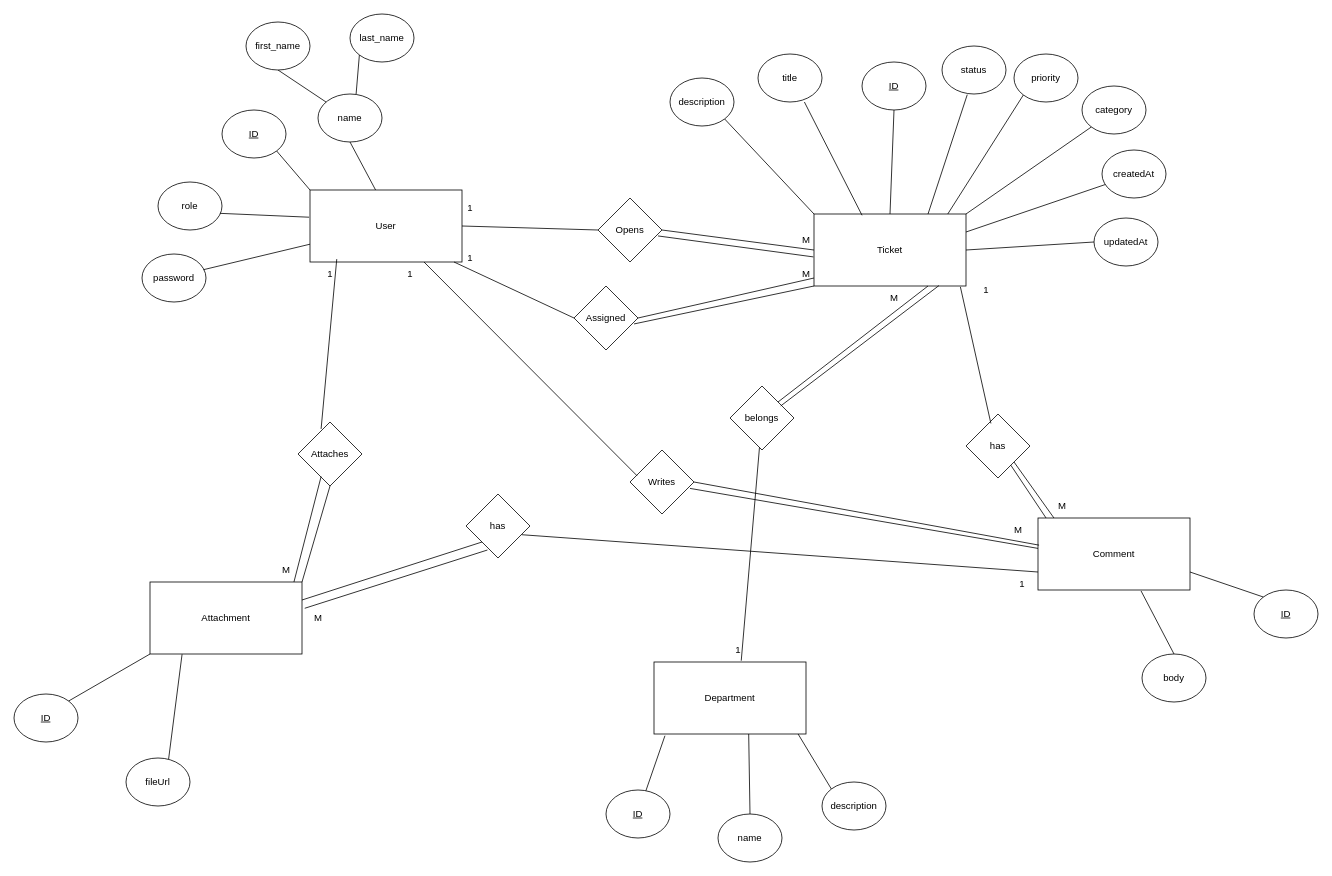
Above: ERD.drawio in OmarAbdelmonemSayed/Ticketing-System (draw.io), before the change. Source tidied: cells renumbered, new cells numbered last; positions are measured from the earlier drawing's top-left corner, leaving out a move shared by most shapes. Both pictures are drawn from the tidied source at 80%, with x=0, y=0 at pixel (14, 14).
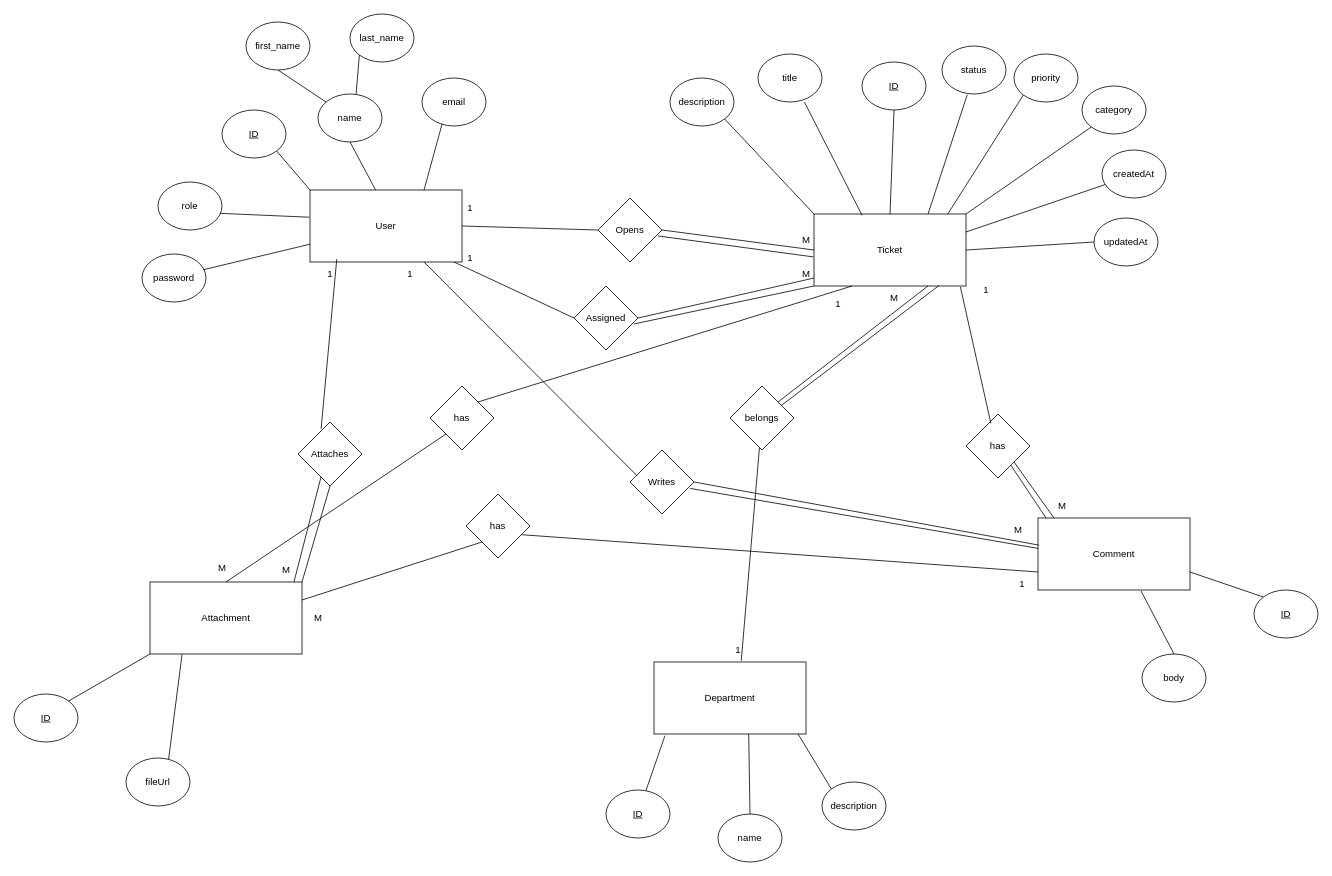
The same page after the edit.

Unchanged cells that the change refers to:
```xml
<mxCell id="2" value="User" style="rounded=0;whiteSpace=wrap;html=1;" parent="1" vertex="1">
  <mxGeometry x="370" y="220" width="190" height="90" as="geometry" />
</mxCell>
<mxCell id="7" value="Ticket" style="rounded=0;whiteSpace=wrap;html=1;" parent="1" vertex="1">
  <mxGeometry x="1000" y="250" width="190" height="90" as="geometry" />
</mxCell>
<mxCell id="8" value="Attachment" style="rounded=0;whiteSpace=wrap;html=1;" parent="1" vertex="1">
  <mxGeometry x="170" y="710" width="190" height="90" as="geometry" />
</mxCell>
<mxCell id="85" value="has" style="rhombus;whiteSpace=wrap;html=1;" parent="1" vertex="1">
  <mxGeometry x="565" y="600" width="80" height="80" as="geometry" />
</mxCell>
```

What changed in the source:
```diff
@@
-    <mxCell id="88" style="edgeStyle=none;html=1;exitX=0.335;exitY=0.875;exitDx=0;exitDy=0;endArrow=none;endFill=0;entryX=1.018;entryY=0.365;entryDx=0;entryDy=0;entryPerimeter=0;exitPerimeter=0;" parent="1" edge="1" source="85" target="8">
-      <mxGeometry relative="1" as="geometry" />
-    </mxCell>
@@
+    <mxCell id="91" value="email" style="ellipse;whiteSpace=wrap;html=1;" parent="1" vertex="1">
+      <mxGeometry x="510" y="80" width="80" height="60" as="geometry" />
+    </mxCell>
+    <mxCell id="92" style="edgeStyle=none;html=1;exitX=0.315;exitY=0.953;exitDx=0;exitDy=0;endArrow=none;endFill=0;exitPerimeter=0;entryX=0.75;entryY=0;entryDx=0;entryDy=0;" parent="1" edge="1" source="91" target="2">
+      <mxGeometry relative="1" as="geometry" />
+    </mxCell>
+    <mxCell id="93" value="has" style="rhombus;whiteSpace=wrap;html=1;" parent="1" vertex="1">
+      <mxGeometry x="520" y="465" width="80" height="80" as="geometry" />
+    </mxCell>
+    <mxCell id="94" style="edgeStyle=none;html=1;endArrow=none;endFill=0;entryX=1;entryY=0;entryDx=0;entryDy=0;exitX=0.25;exitY=1;exitDx=0;exitDy=0;" parent="1" edge="1" source="7" target="93">
+      <mxGeometry relative="1" as="geometry" />
+    </mxCell>
+    <mxCell id="95" style="edgeStyle=none;html=1;exitX=0;exitY=1;exitDx=0;exitDy=0;endArrow=none;endFill=0;entryX=0.5;entryY=0;entryDx=0;entryDy=0;" parent="1" edge="1" source="93" target="8">
+      <mxGeometry relative="1" as="geometry" />
+    </mxCell>
+    <mxCell id="96" value="M" style="text;html=1;align=center;verticalAlign=middle;strokeColor=none;fillColor=none;" parent="1" vertex="1">
+      <mxGeometry x="245" y="678" width="30" height="30" as="geometry" />
+    </mxCell>
+    <mxCell id="97" value="1" style="text;html=1;align=center;verticalAlign=middle;strokeColor=none;fillColor=none;" parent="1" vertex="1">
+      <mxGeometry x="1015" y="348" width="30" height="30" as="geometry" />
+    </mxCell>
```
